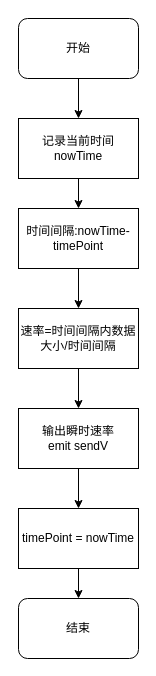
Earlier version of the draw.io diagram Maps/V.drawio (Icathian-Rain/process_maps). Source tidied: cells renumbered, new cells numbered last; positions are measured from the earlier drawing's top-left corner, leaving out a move shared by most shapes. Both pictures are drawn from the tidied source at 100%, with x=0, y=0 at pixel (18, 18).
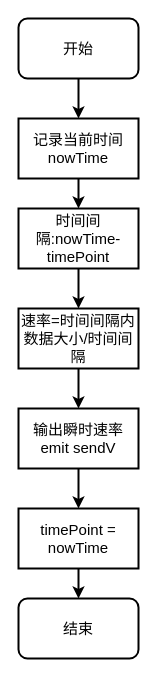
Above is the later version.

The edit, as a diff of the source:
```diff
@@
 <mxGraphModel>
   <root>
     <mxCell id="0" />
     <mxCell id="1" parent="0" />
-    <mxCell id="2" style="edgeStyle=orthogonalEdgeStyle;rounded=0;jettySize=auto;html=1;exitX=0.5;exitY=1;exitDx=0;exitDy=0;" parent="1" edge="1" source="3" target="5">
+    <mxCell id="2" style="edgeStyle=orthogonalEdgeStyle;rounded=0;jettySize=auto;html=1;exitX=0.5;exitY=1;exitDx=0;exitDy=0;strokeWidth=2;fontSize=15;" parent="1" edge="1" source="3" target="5">
       <mxGeometry relative="1" as="geometry" />
     </mxCell>
-    <mxCell id="3" value="开始" style="rounded=1;whiteSpace=wrap;html=1;" parent="1" vertex="1">
+    <mxCell id="3" value="开始" style="rounded=1;whiteSpace=wrap;html=1;strokeWidth=2;fontSize=15;" parent="1" vertex="1">
       <mxGeometry width="120" height="60" as="geometry" />
     </mxCell>
-    <mxCell id="4" style="edgeStyle=orthogonalEdgeStyle;rounded=0;jettySize=auto;html=1;" parent="1" edge="1" source="5" target="7">
+    <mxCell id="4" style="edgeStyle=orthogonalEdgeStyle;rounded=0;jettySize=auto;html=1;strokeWidth=2;fontSize=15;" parent="1" edge="1" source="5" target="7">
       <mxGeometry relative="1" as="geometry" />
     </mxCell>
-    <mxCell id="5" value="记录当前时间&lt;br&gt;nowTime" style="rounded=0;whiteSpace=wrap;html=1;" parent="1" vertex="1">
+    <mxCell id="5" value="记录当前时间&lt;br style=&quot;font-size: 15px;&quot;&gt;nowTime" style="rounded=0;whiteSpace=wrap;html=1;strokeWidth=2;fontSize=15;" parent="1" vertex="1">
       <mxGeometry y="100" width="120" height="60" as="geometry" />
     </mxCell>
-    <mxCell id="6" style="edgeStyle=orthogonalEdgeStyle;rounded=0;jettySize=auto;html=1;exitX=0.5;exitY=1;exitDx=0;exitDy=0;" parent="1" edge="1" source="7" target="9">
+    <mxCell id="6" style="edgeStyle=orthogonalEdgeStyle;rounded=0;jettySize=auto;html=1;exitX=0.5;exitY=1;exitDx=0;exitDy=0;strokeWidth=2;fontSize=15;" parent="1" edge="1" source="7" target="9">
       <mxGeometry relative="1" as="geometry" />
     </mxCell>
-    <mxCell id="7" value="时间间隔:nowTime-timePoint" style="rounded=0;whiteSpace=wrap;html=1;" parent="1" vertex="1">
+    <mxCell id="7" value="时间间隔:nowTime-timePoint" style="rounded=0;whiteSpace=wrap;html=1;strokeWidth=2;fontSize=15;" parent="1" vertex="1">
       <mxGeometry y="190" width="120" height="60" as="geometry" />
     </mxCell>
-    <mxCell id="8" style="edgeStyle=orthogonalEdgeStyle;rounded=0;jettySize=auto;html=1;" parent="1" edge="1" source="9" target="11">
+    <mxCell id="8" style="edgeStyle=orthogonalEdgeStyle;rounded=0;jettySize=auto;html=1;strokeWidth=2;fontSize=15;" parent="1" edge="1" source="9" target="11">
       <mxGeometry relative="1" as="geometry" />
     </mxCell>
-    <mxCell id="9" value="速率=时间间隔内数据大小/时间间隔" style="rounded=0;whiteSpace=wrap;html=1;" parent="1" vertex="1">
+    <mxCell id="9" value="速率=时间间隔内数据大小/时间间隔" style="rounded=0;whiteSpace=wrap;html=1;strokeWidth=2;fontSize=15;" parent="1" vertex="1">
       <mxGeometry y="290" width="120" height="60" as="geometry" />
     </mxCell>
-    <mxCell id="10" style="edgeStyle=orthogonalEdgeStyle;rounded=0;jettySize=auto;html=1;exitX=0.5;exitY=1;exitDx=0;exitDy=0;" parent="1" edge="1" source="11" target="13">
+    <mxCell id="10" style="edgeStyle=orthogonalEdgeStyle;rounded=0;jettySize=auto;html=1;exitX=0.5;exitY=1;exitDx=0;exitDy=0;strokeWidth=2;fontSize=15;" parent="1" edge="1" source="11" target="13">
       <mxGeometry relative="1" as="geometry" />
     </mxCell>
-    <mxCell id="11" value="输出瞬时速率&lt;br&gt;emit sendV" style="rounded=0;whiteSpace=wrap;html=1;" parent="1" vertex="1">
+    <mxCell id="11" value="输出瞬时速率&lt;br style=&quot;font-size: 15px;&quot;&gt;emit sendV" style="rounded=0;whiteSpace=wrap;html=1;strokeWidth=2;fontSize=15;" parent="1" vertex="1">
       <mxGeometry y="390" width="120" height="60" as="geometry" />
     </mxCell>
-    <mxCell id="12" style="edgeStyle=orthogonalEdgeStyle;rounded=0;jettySize=auto;html=1;exitX=0.5;exitY=1;exitDx=0;exitDy=0;entryX=0.5;entryY=0;entryDx=0;entryDy=0;" parent="1" edge="1" source="13" target="14">
+    <mxCell id="12" style="edgeStyle=orthogonalEdgeStyle;rounded=0;jettySize=auto;html=1;exitX=0.5;exitY=1;exitDx=0;exitDy=0;entryX=0.5;entryY=0;entryDx=0;entryDy=0;strokeWidth=2;fontSize=15;" parent="1" edge="1" source="13" target="14">
       <mxGeometry relative="1" as="geometry" />
     </mxCell>
-    <mxCell id="13" value="timePoint = nowTime" style="rounded=0;whiteSpace=wrap;html=1;" parent="1" vertex="1">
+    <mxCell id="13" value="timePoint = nowTime" style="rounded=0;whiteSpace=wrap;html=1;strokeWidth=2;fontSize=15;" parent="1" vertex="1">
       <mxGeometry y="490" width="120" height="60" as="geometry" />
     </mxCell>
-    <mxCell id="14" value="结束" style="rounded=1;whiteSpace=wrap;html=1;" parent="1" vertex="1">
+    <mxCell id="14" value="结束" style="rounded=1;whiteSpace=wrap;html=1;strokeWidth=2;fontSize=15;" parent="1" vertex="1">
       <mxGeometry y="580" width="120" height="60" as="geometry" />
     </mxCell>
   </root>
 </mxGraphModel>
```
